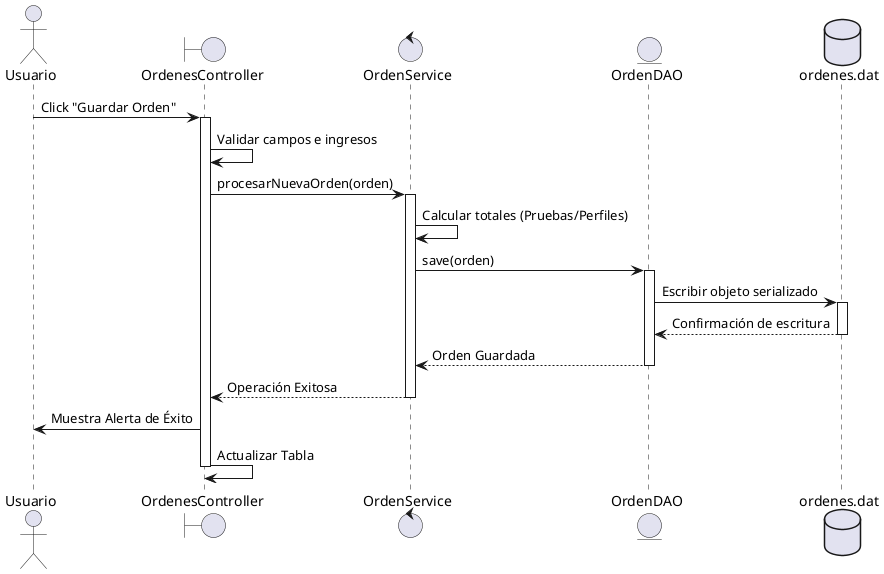
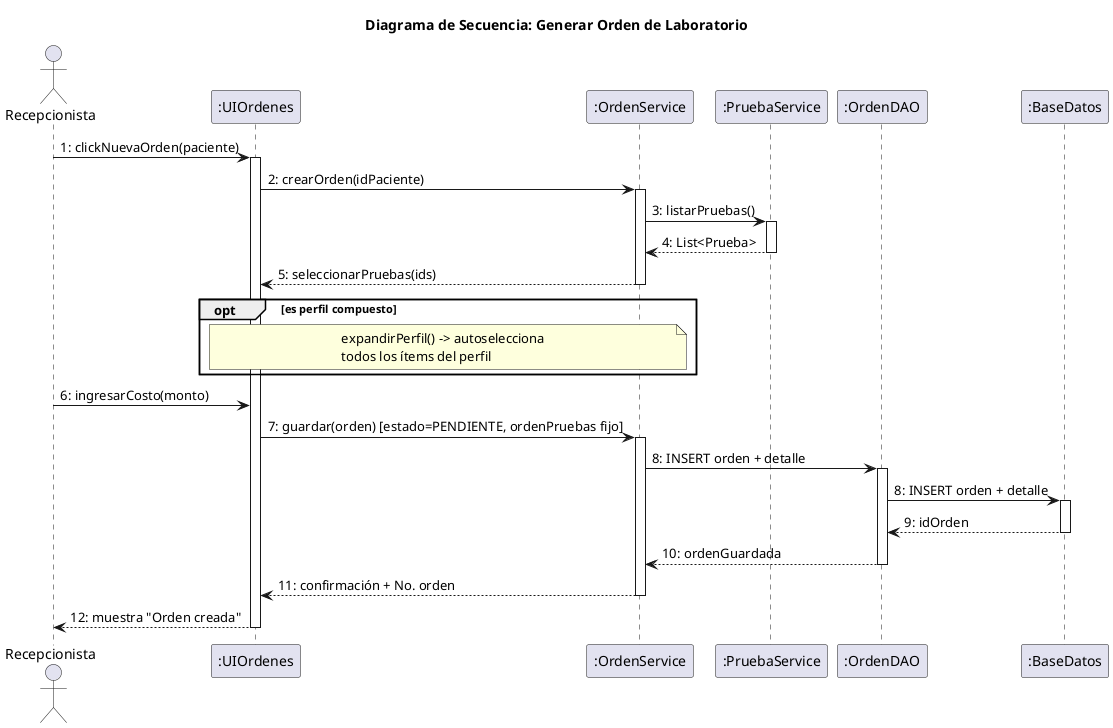
@startuml
- actor Usuario
- boundary "OrdenesController" as controller
- control "OrdenService" as service
- entity "OrdenDAO" as dao
- database "ordenes.dat" as db
+ title Diagrama de Secuencia: Generar Orden de Laboratorio

- Usuario -> controller: Click "Guardar Orden"
- activate controller
+ actor Recepcionista
+ participant ":UIOrdenes" as UI
+ participant ":OrdenService" as OS
+ participant ":PruebaService" as PS
+ participant ":OrdenDAO" as OD
+ participant ":BaseDatos" as BD

- controller -> controller: Validar campos e ingresos
- controller -> service: procesarNuevaOrden(orden)
- activate service
+ Recepcionista -> UI : 1: clickNuevaOrden(paciente)
+ activate UI

- service -> service: Calcular totales (Pruebas/Perfiles)
- service -> dao: save(orden)
- activate dao
+ UI -> OS : 2: crearOrden(idPaciente)
+ activate OS

- dao -> db: Escribir objeto serializado
- activate db
- db --> dao: Confirmación de escritura
- deactivate db
+ OS -> PS : 3: listarPruebas()
+ activate PS
+ PS --> OS : 4: List<Prueba>
+ deactivate PS

- dao --> service: Orden Guardada
- deactivate dao
+ OS --> UI : 5: seleccionarPruebas(ids)
+ deactivate OS

- service --> controller: Operación Exitosa
- deactivate service
+ opt es perfil compuesto
+     note over UI, OS
+     expandirPerfil() -> autoselecciona
+     todos los ítems del perfil
+     end note
+ end

- controller -> Usuario: Muestra Alerta de Éxito
- controller -> controller: Actualizar Tabla
- deactivate controller
+ Recepcionista -> UI : 6: ingresarCosto(monto)
+ 
+ UI -> OS : 7: guardar(orden) [estado=PENDIENTE, ordenPruebas fijo]
+ activate OS
+ 
+ OS -> OD : 8: INSERT orden + detalle
+ activate OD
+ 
+ OD -> BD : 8: INSERT orden + detalle
+ activate BD
+ BD --> OD : 9: idOrden
+ deactivate BD
+ 
+ OD --> OS : 10: ordenGuardada
+ deactivate OD
+ 
+ OS --> UI : 11: confirmación + No. orden
+ deactivate OS
+ 
+ UI --> Recepcionista : 12: muestra "Orden creada"
+ deactivate UI
+ 
@enduml
